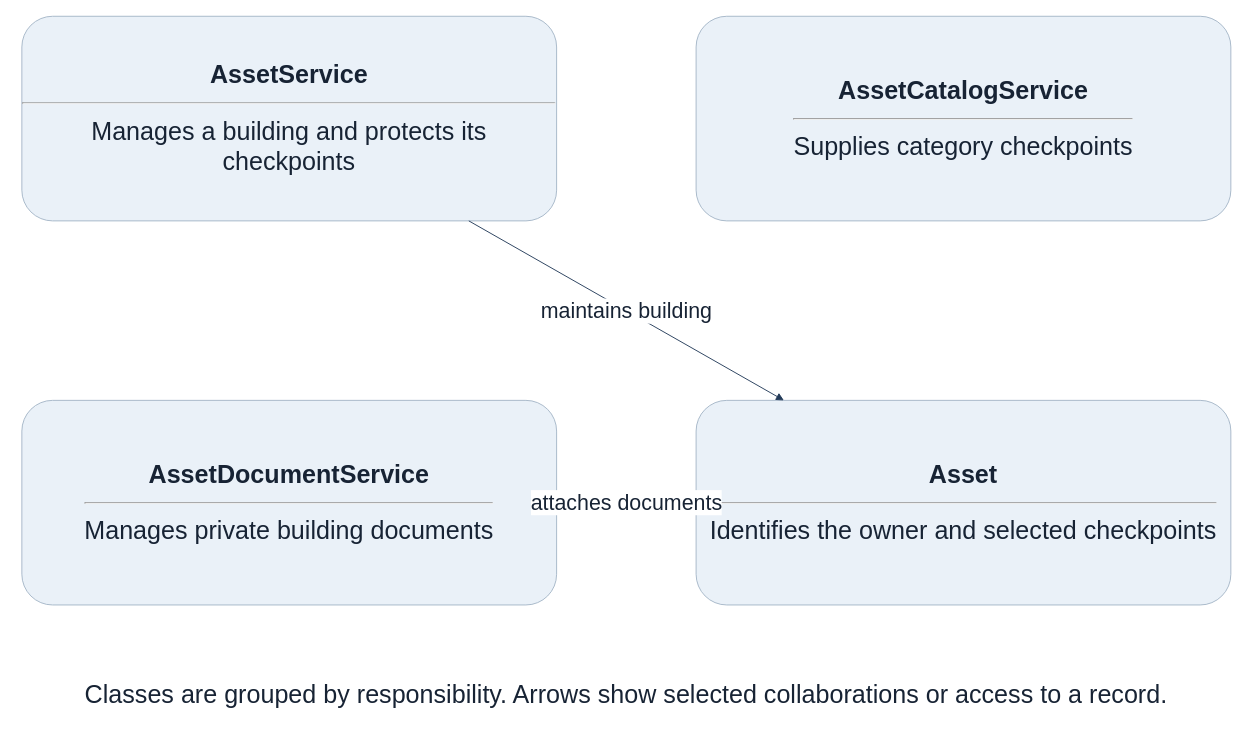
tungbach12/SmartDroneInspection-Docs keeps this draw.io diagram as page "FE-06 Buildings and Documents" (12 of 19) of diagrams/smartdrone-class-diagrams.drawio. Above is the earlier version. Source tidied: cells renumbered, new cells numbered last; positions are measured from the earlier drawing's top-left corner, leaving out a move shared by most shapes. Both pictures are drawn from the tidied source at 93%, with x=0, y=0 at pixel (21, 16).
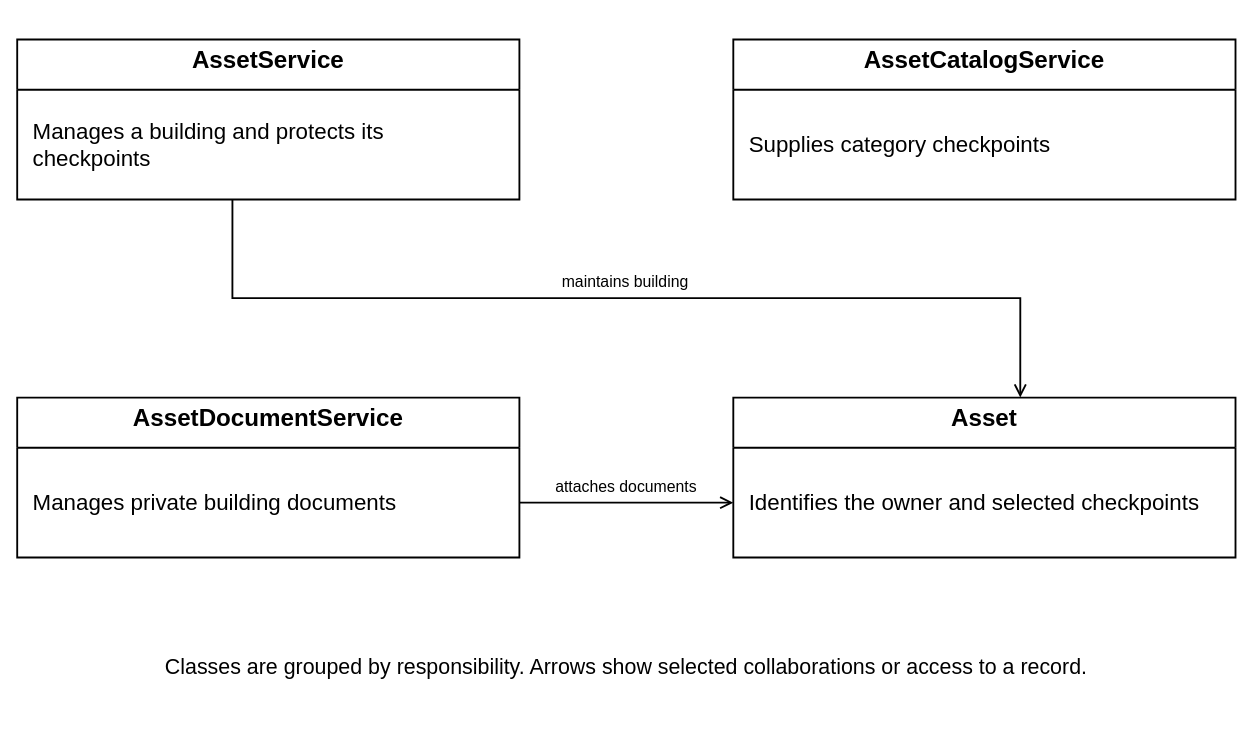
After the change.

The edit, as a diff of the source:
```diff
@@
-<mxGraphModel>
+<mxGraphModel background="#ffffff">
   <root>
     <mxCell id="0" />
     <mxCell id="1" parent="0" />
-    <mxCell id="2" value="&lt;b&gt;AssetService&lt;/b&gt;&lt;hr&gt;Manages a building and protects its checkpoints" style="rounded=1;whiteSpace=wrap;html=1;fillColor=#EAF1F8;strokeColor=#A5B6C8;fontColor=#172334;fontSize=27;" parent="1" vertex="1">
-      <mxGeometry width="575" height="220" as="geometry" />
+    <mxCell id="2" value="AssetService" style="swimlane;fontStyle=1;align=center;verticalAlign=top;horizontal=1;startSize=54;whiteSpace=wrap;html=1;fillColor=#ffffff;swimlaneFillColor=#ffffff;strokeColor=#000000;strokeWidth=2;fontColor=#000000;fontFamily=Helvetica;fontSize=26;" parent="1" vertex="1">
+      <mxGeometry x="-5" y="25" width="540" height="172" as="geometry" />
     </mxCell>
+    <mxCell id="9" value="Manages a building and protects its checkpoints" style="text;strokeColor=none;fillColor=none;align=left;verticalAlign=middle;spacingLeft=15;spacingRight=15;overflow=hidden;html=1;fontColor=#000000;fontStyle=0;fontFamily=Helvetica;fontSize=24;whiteSpace=wrap;" parent="2" vertex="1">
+      <mxGeometry y="54" width="540" height="118" as="geometry" />
+    </mxCell>
-    <mxCell id="3" value="&lt;b&gt;AssetCatalogService&lt;/b&gt;&lt;hr&gt;Supplies category checkpoints" style="rounded=1;whiteSpace=wrap;html=1;fillColor=#EAF1F8;strokeColor=#A5B6C8;fontColor=#172334;fontSize=27;" parent="1" vertex="1">
-      <mxGeometry x="725" width="575" height="220" as="geometry" />
+    <mxCell id="3" value="AssetCatalogService" style="swimlane;fontStyle=1;align=center;verticalAlign=top;horizontal=1;startSize=54;whiteSpace=wrap;html=1;fillColor=#ffffff;swimlaneFillColor=#ffffff;strokeColor=#000000;strokeWidth=2;fontColor=#000000;fontFamily=Helvetica;fontSize=26;" parent="1" vertex="1">
+      <mxGeometry x="765" y="25" width="540" height="172" as="geometry" />
     </mxCell>
+    <mxCell id="10" value="Supplies category checkpoints" style="text;strokeColor=none;fillColor=none;align=left;verticalAlign=middle;spacingLeft=15;spacingRight=15;overflow=hidden;html=1;fontColor=#000000;fontStyle=0;fontFamily=Helvetica;fontSize=24;whiteSpace=wrap;" parent="3" vertex="1">
+      <mxGeometry y="54" width="540" height="118" as="geometry" />
+    </mxCell>
-    <mxCell id="4" value="&lt;b&gt;AssetDocumentService&lt;/b&gt;&lt;hr&gt;Manages private building documents" style="rounded=1;whiteSpace=wrap;html=1;fillColor=#EAF1F8;strokeColor=#A5B6C8;fontColor=#172334;fontSize=27;" parent="1" vertex="1">
-      <mxGeometry y="413" width="575" height="220" as="geometry" />
+    <mxCell id="4" value="AssetDocumentService" style="swimlane;fontStyle=1;align=center;verticalAlign=top;horizontal=1;startSize=54;whiteSpace=wrap;html=1;fillColor=#ffffff;swimlaneFillColor=#ffffff;strokeColor=#000000;strokeWidth=2;fontColor=#000000;fontFamily=Helvetica;fontSize=26;" parent="1" vertex="1">
+      <mxGeometry x="-5" y="410" width="540" height="172" as="geometry" />
     </mxCell>
+    <mxCell id="11" value="Manages private building documents" style="text;strokeColor=none;fillColor=none;align=left;verticalAlign=middle;spacingLeft=15;spacingRight=15;overflow=hidden;html=1;fontColor=#000000;fontStyle=0;fontFamily=Helvetica;fontSize=24;whiteSpace=wrap;" parent="4" vertex="1">
+      <mxGeometry y="54" width="540" height="118" as="geometry" />
+    </mxCell>
-    <mxCell id="5" value="&lt;b&gt;Asset&lt;/b&gt;&lt;hr&gt;Identifies the owner and selected checkpoints" style="rounded=1;whiteSpace=wrap;html=1;fillColor=#EAF1F8;strokeColor=#A5B6C8;fontColor=#172334;fontSize=27;" parent="1" vertex="1">
-      <mxGeometry x="725" y="413" width="575" height="220" as="geometry" />
+    <mxCell id="5" value="Asset" style="swimlane;fontStyle=1;align=center;verticalAlign=top;horizontal=1;startSize=54;whiteSpace=wrap;html=1;fillColor=#ffffff;swimlaneFillColor=#ffffff;strokeColor=#000000;strokeWidth=2;fontColor=#000000;fontFamily=Helvetica;fontSize=26;" parent="1" vertex="1">
+      <mxGeometry x="765" y="410" width="540" height="172" as="geometry" />
     </mxCell>
+    <mxCell id="12" value="Identifies the owner and selected checkpoints" style="text;strokeColor=none;fillColor=none;align=left;verticalAlign=middle;spacingLeft=15;spacingRight=15;overflow=hidden;html=1;fontColor=#000000;fontStyle=0;fontFamily=Helvetica;fontSize=24;whiteSpace=wrap;" parent="5" vertex="1">
+      <mxGeometry y="54" width="540" height="118" as="geometry" />
+    </mxCell>
-    <mxCell id="6" value="maintains building" style="endArrow=block;endFill=1;html=1;strokeColor=#233B59;fontColor=#172334;fontSize=23;" parent="1" edge="1" source="2" target="5">
-      <mxGeometry relative="1" as="geometry" />
+    <mxCell id="6" style="edgeStyle=orthogonalEdgeStyle;rounded=0;jettySize=auto;html=1;strokeColor=#000000;strokeWidth=2;endArrow=open;endFill=0;endSize=10;fontColor=#000000;fontFamily=Helvetica;fontSize=17;labelBackgroundColor=#ffffff;exitX=0.42857142857142855;exitY=1;exitDx=0;exitDy=0;entryX=0.5714285714285714;entryY=0;entryDx=0;entryDy=0;" parent="1" edge="1" source="2" target="5">
+      <mxGeometry relative="1" as="geometry">
+        <Array as="points">
+          <mxPoint x="226" y="303" />
+          <mxPoint x="1073" y="303" />
+        </Array>
+      </mxGeometry>
     </mxCell>
+    <mxCell id="13" value="maintains building" style="text;html=1;strokeColor=none;fillColor=none;align=center;verticalAlign=middle;whiteSpace=wrap;fontColor=#000000;fontFamily=Helvetica;fontSize=17;" parent="1" vertex="1">
+      <mxGeometry x="537" y="276" width="224" height="22" as="geometry" />
+    </mxCell>
-    <mxCell id="7" value="attaches documents" style="endArrow=block;endFill=1;html=1;strokeColor=#233B59;fontColor=#172334;fontSize=23;" parent="1" edge="1" source="4" target="5">
+    <mxCell id="7" style="edgeStyle=orthogonalEdgeStyle;rounded=0;jettySize=auto;html=1;strokeColor=#000000;strokeWidth=2;endArrow=open;endFill=0;endSize=10;fontColor=#000000;fontFamily=Helvetica;fontSize=17;labelBackgroundColor=#ffffff;exitX=1;exitY=0.6569767441860465;exitDx=0;exitDy=0;entryX=0;entryY=0.6569767441860465;entryDx=0;entryDy=0;" parent="1" edge="1" source="4" target="5">
       <mxGeometry relative="1" as="geometry" />
     </mxCell>
+    <mxCell id="14" value="attaches documents" style="text;html=1;strokeColor=none;fillColor=none;align=center;verticalAlign=middle;whiteSpace=wrap;fontColor=#000000;fontFamily=Helvetica;fontSize=17;" parent="1" vertex="1">
+      <mxGeometry x="538" y="496" width="224" height="22" as="geometry" />
+    </mxCell>
-    <mxCell id="8" value="Classes are grouped by responsibility. Arrows show selected collaborations or access to a record." style="text;html=1;whiteSpace=wrap;align=center;verticalAlign=middle;strokeColor=none;fillColor=none;fontColor=#172334;fontSize=27;" parent="1" vertex="1">
-      <mxGeometry y="702" width="1300" height="56" as="geometry" />
+    <mxCell id="8" value="Classes are grouped by responsibility. Arrows show selected collaborations or access to a record." style="text;html=1;strokeColor=none;fillColor=none;align=center;verticalAlign=middle;whiteSpace=wrap;fontColor=#000000;fontFamily=Helvetica;fontSize=23;" parent="1" vertex="1">
+      <mxGeometry y="670" width="1300" height="60" as="geometry" />
     </mxCell>
   </root>
 </mxGraphModel>
```
